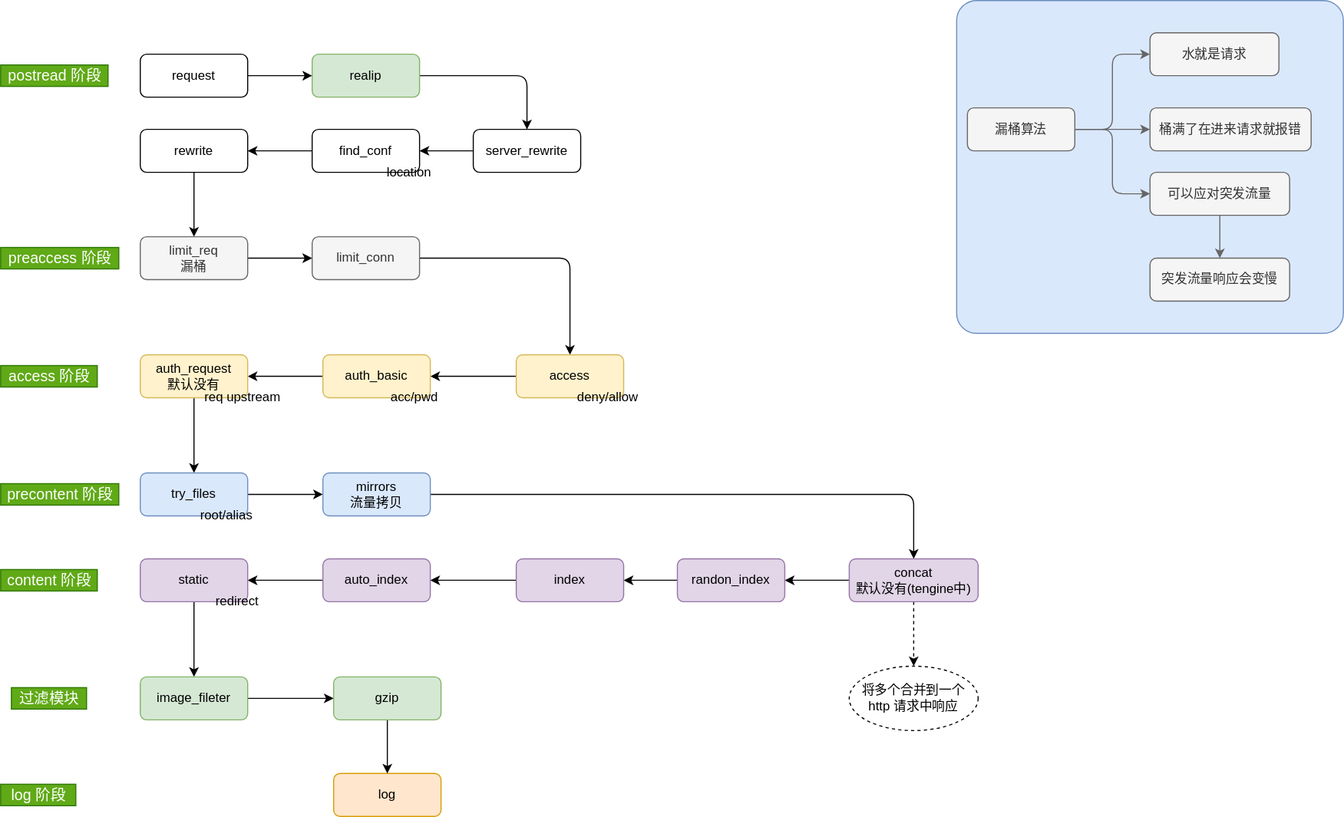
Alice52/diagrams keeps this draw.io diagram as diagrams/lb/nginx/03.request.svg. Above is the earlier version. Source tidied: cells renumbered, new cells last; positions are measured from the earlier drawing's top-left corner, leaving out a move shared by most shapes.
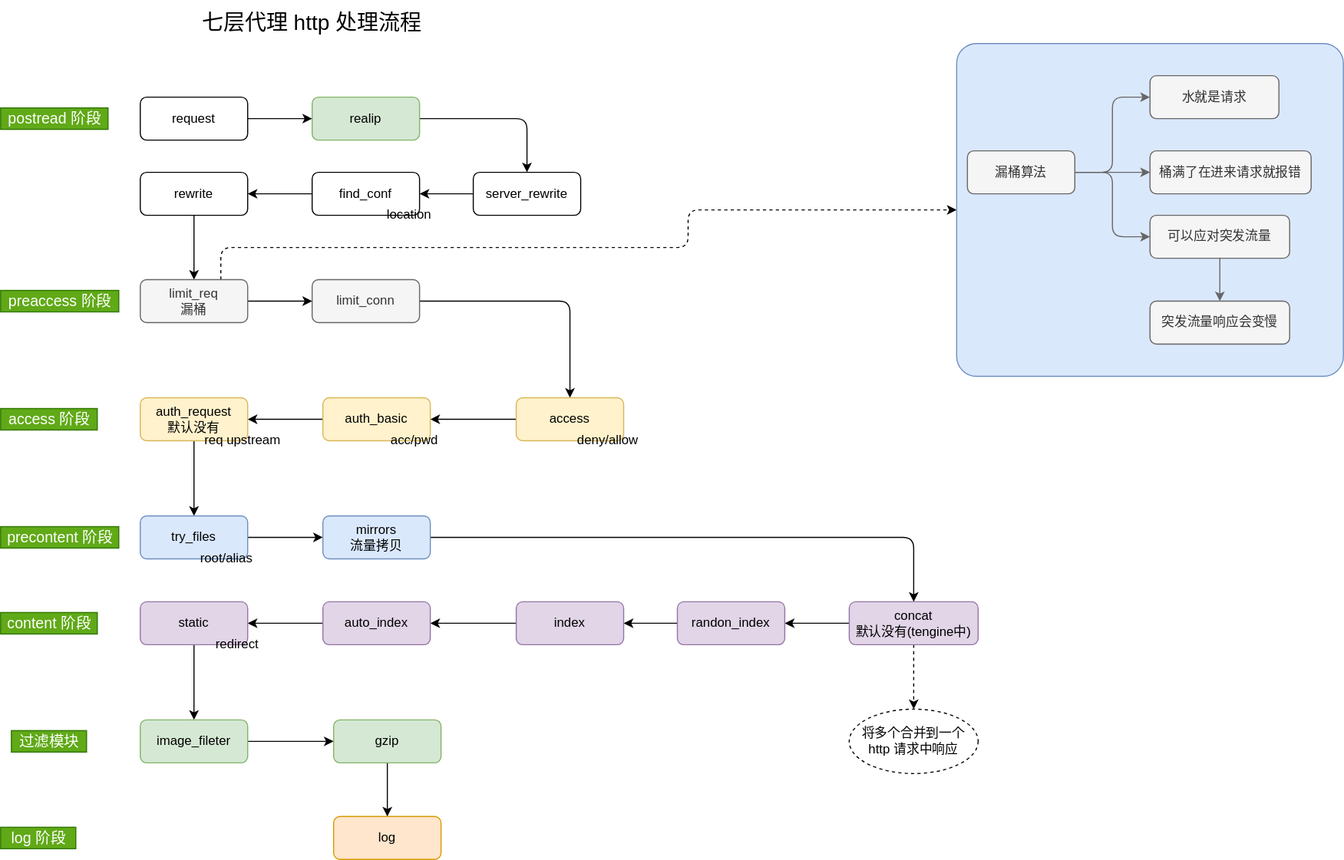
Above is the later version.

The edit, as a diff of the source:
```diff
@@ -34,6 +34,15 @@
     <mxCell id="10" style="edgeStyle=orthogonalEdgeStyle;rounded=0;jettySize=auto;html=1;" parent="1" edge="1" source="11" target="13">
       <mxGeometry relative="1" as="geometry" />
     </mxCell>
+    <mxCell id="67" style="edgeStyle=orthogonalEdgeStyle;jettySize=auto;html=1;exitX=0.75;exitY=0;exitDx=0;exitDy=0;entryX=0;entryY=0.5;entryDx=0;entryDy=0;rounded=1;dashed=1;" parent="1" edge="1" source="11" target="45">
+      <mxGeometry relative="1" as="geometry">
+        <Array as="points">
+          <mxPoint x="205" y="190" />
+          <mxPoint x="640" y="190" />
+          <mxPoint x="640" y="155" />
+        </Array>
+      </mxGeometry>
+    </mxCell>
     <mxCell id="11" value="&lt;span&gt;limit_req&lt;br&gt;漏桶&lt;br&gt;&lt;/span&gt;" style="rounded=1;whiteSpace=wrap;html=1;fillColor=#f5f5f5;strokeColor=#666666;fontColor=#333333;" parent="1" vertex="1">
       <mxGeometry x="130" y="220" width="100" height="40" as="geometry" />
     </mxCell>
@@ -202,5 +211,8 @@
     <mxCell id="66" value="gzip" style="rounded=1;whiteSpace=wrap;html=1;fillColor=#d5e8d4;strokeColor=#82b366;" parent="1" vertex="1">
       <mxGeometry x="310" y="630" width="100" height="40" as="geometry" />
     </mxCell>
+    <mxCell id="68" value="&lt;font style=&quot;font-size: 20px&quot;&gt;七层代理 http 处理流程&lt;/font&gt;" style="text;html=1;strokeColor=none;fillColor=none;align=center;verticalAlign=middle;whiteSpace=wrap;rounded=0;" parent="1" vertex="1">
+      <mxGeometry x="130" y="-40" width="320" height="40" as="geometry" />
+    </mxCell>
   </root>
 </mxGraphModel>
```
